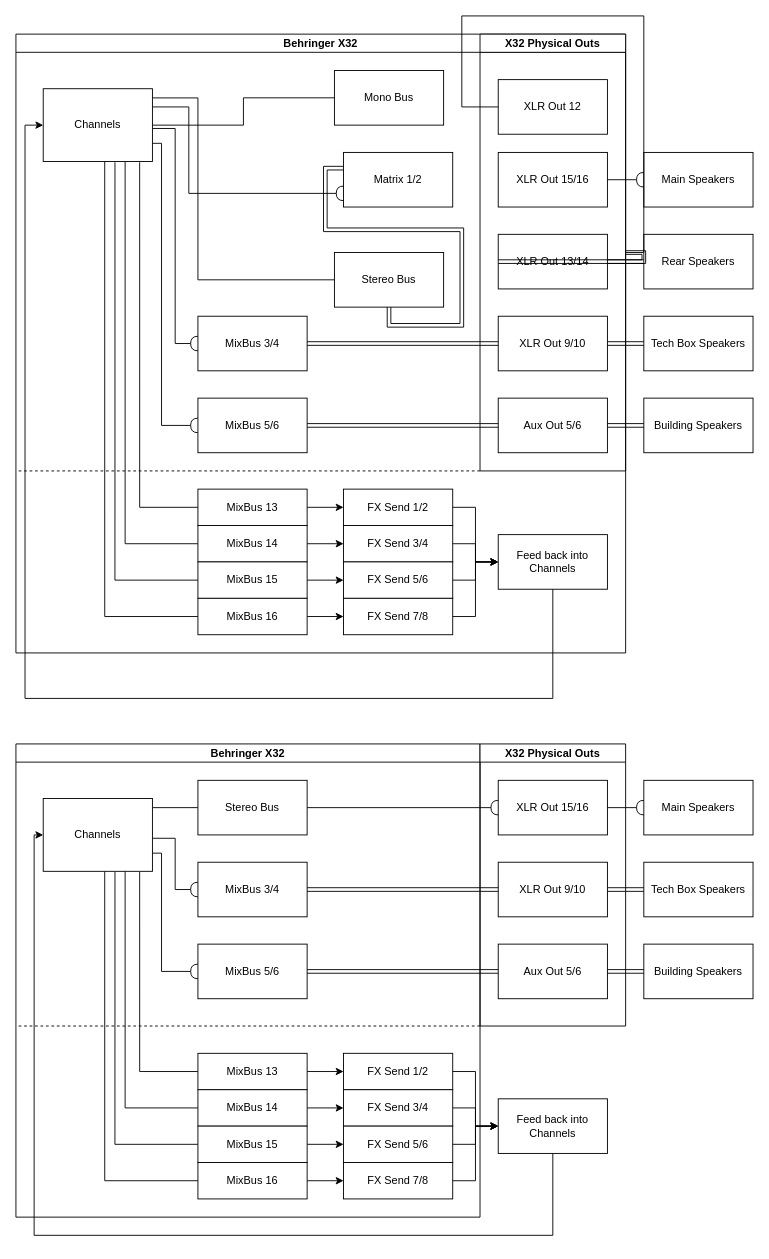
The draw.io diagram page "Page-1" (1 of 3) of bedlam.drawio in leon0241/bedlam-audio-route, before the edit. Source tidied: cells renumbered, new cells numbered last; positions are measured from the earlier drawing's top-left corner, leaving out a move shared by most shapes. Both pictures are drawn from the tidied source at 91%, with x=0, y=0 at pixel (15, 34).
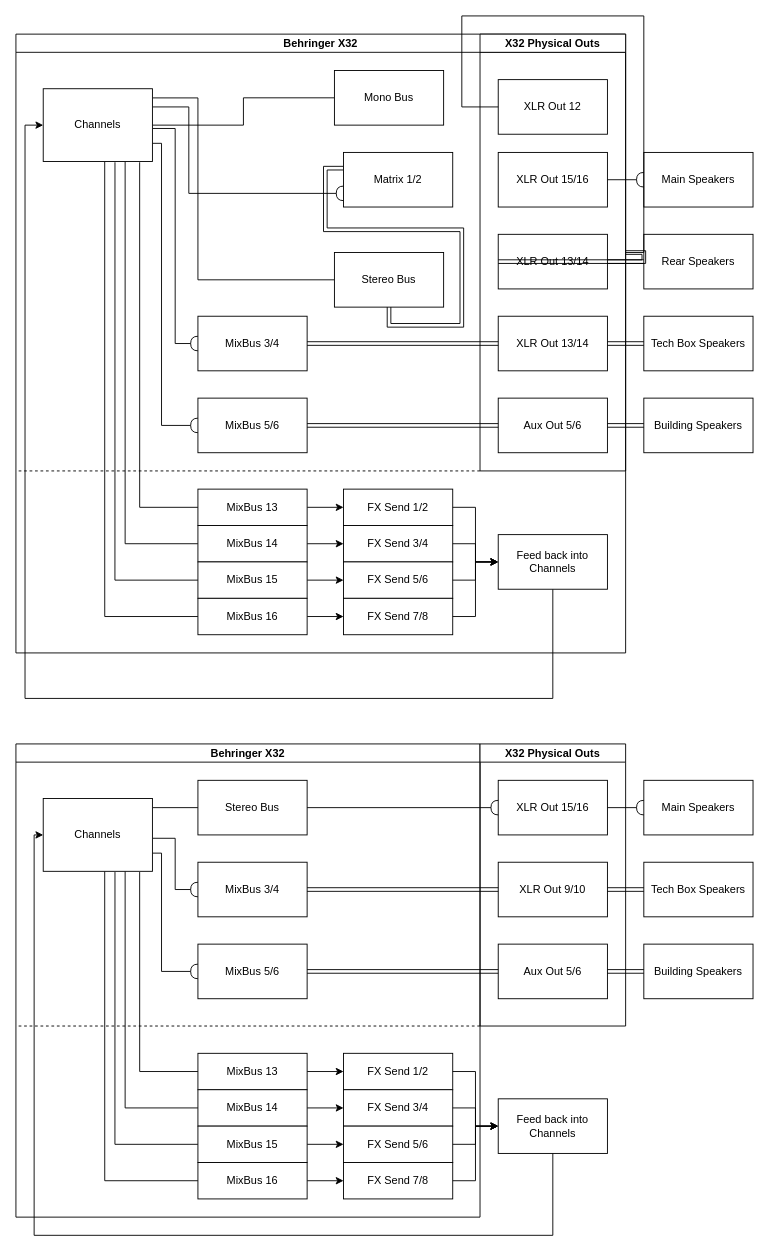
The same diagram, later.

The change refers to these unchanged cells:
```xml
<mxCell id="31" value="X32 Physical Outs" style="swimlane;startSize=20;horizontal=1;containerType=tree;newEdgeStyle={&quot;edgeStyle&quot;:&quot;elbowEdgeStyle&quot;,&quot;startArrow&quot;:&quot;none&quot;,&quot;endArrow&quot;:&quot;none&quot;};" parent="2" vertex="1">
  <mxGeometry x="510" width="160" height="480" as="geometry" />
</mxCell>
```

Change to the diagram source:
```diff
@@
-    <mxCell id="32" value="XLR Out 9/10" style="rounded=0;whiteSpace=wrap;html=1;" parent="31" vertex="1">
+    <mxCell id="32" value="XLR Out 13/14" style="rounded=0;whiteSpace=wrap;html=1;" parent="31" vertex="1">
       <mxGeometry x="20" y="310" width="120" height="60" as="geometry" />
     </mxCell>
```
